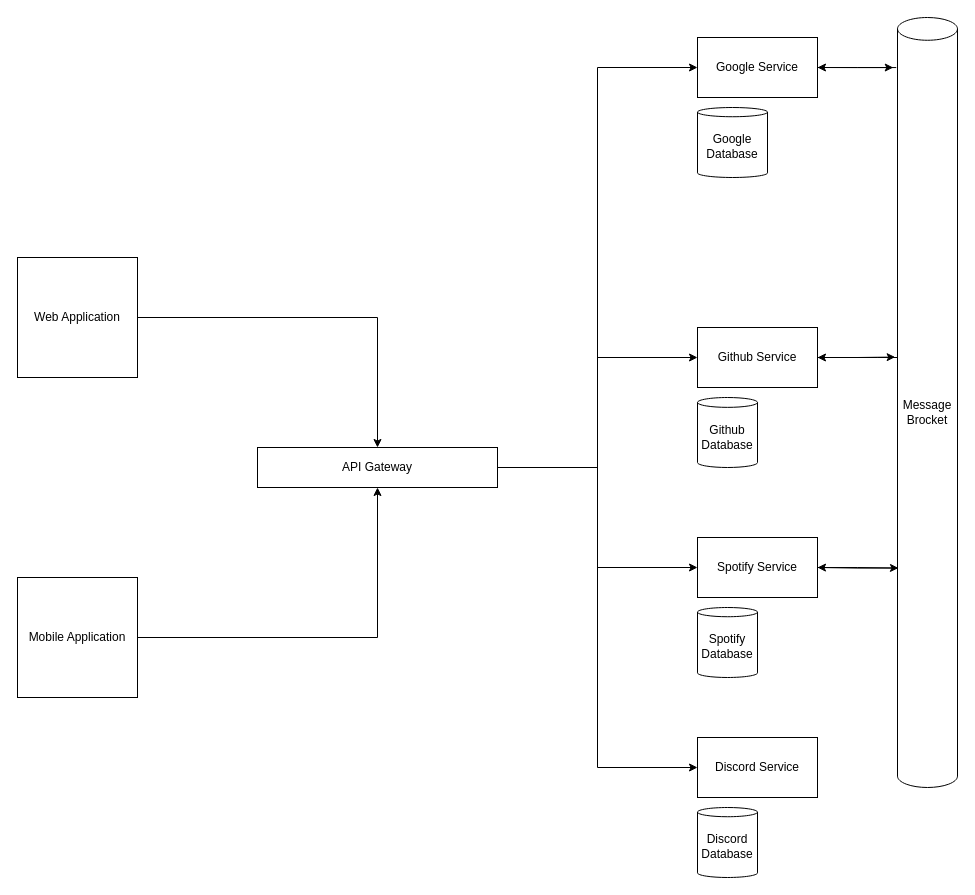
The draw.io diagram Area.drawio in edward-lalande/AREA, before the edit. Source tidied: cells renumbered, new cells numbered last; positions are measured from the earlier drawing's top-left corner, leaving out a move shared by most shapes. Both pictures are drawn from the tidied source at 100%, with x=0, y=0 at pixel (17, 17).
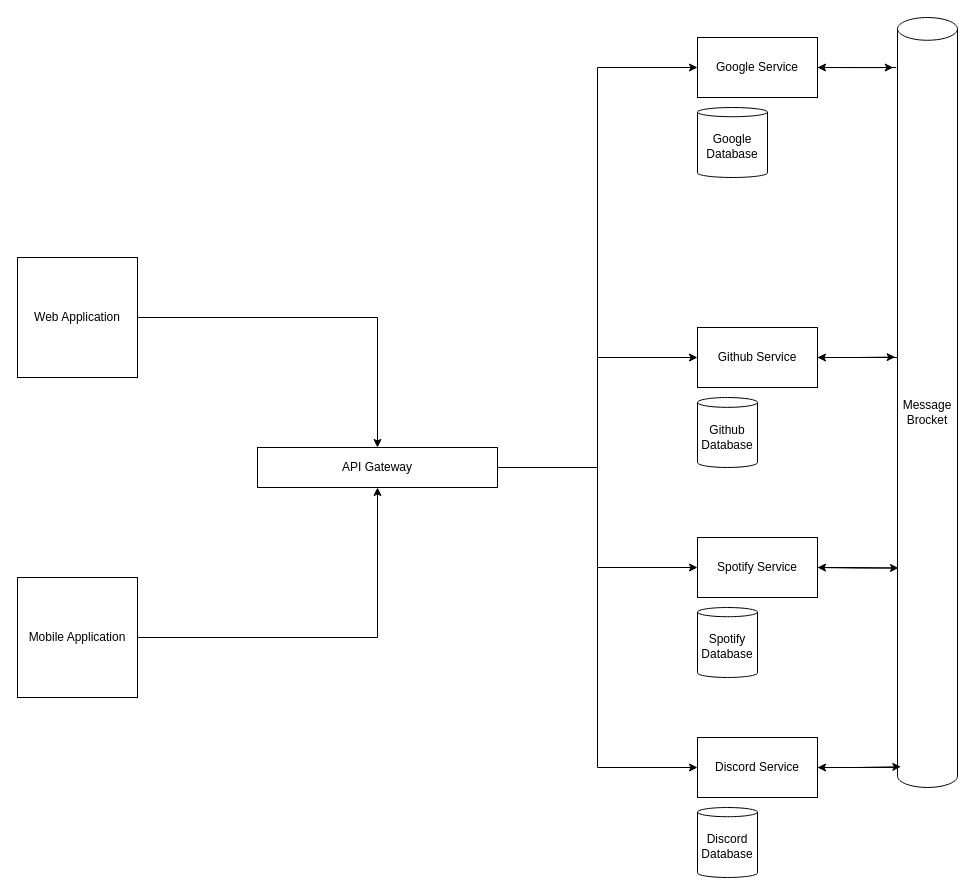
After the change.

Commit message:
feat(MessageBrocker): the message brocker is a kind of message queue for the services to allow communication between them in case of action with reaction of another service Area.drawio

The change refers to these unchanged cells:
```xml
<mxCell id="17" value="&lt;div&gt;Discord Service&lt;/div&gt;" style="rounded=0;whiteSpace=wrap;html=1;" parent="1" vertex="1">
  <mxGeometry x="680" y="720" width="120" height="60" as="geometry" />
</mxCell>
<mxCell id="22" value="Message Brocket" style="shape=cylinder3;whiteSpace=wrap;html=1;boundedLbl=1;backgroundOutline=1;size=11.387096774193594;" parent="1" vertex="1">
  <mxGeometry x="880" width="60" height="770" as="geometry" />
</mxCell>
```

Diff of the diagram source:
```diff
@@
+    <mxCell id="26" style="edgeStyle=orthogonalEdgeStyle;rounded=0;jettySize=auto;html=1;entryX=1;entryY=0.5;entryDx=0;entryDy=0;exitX=0;exitY=0.974;exitDx=0;exitDy=0;exitPerimeter=0;" parent="1" edge="1" source="22" target="17">
+      <mxGeometry relative="1" as="geometry" />
+    </mxCell>
@@
+    <mxCell id="27" style="edgeStyle=orthogonalEdgeStyle;rounded=0;jettySize=auto;html=1;entryX=0.056;entryY=0.973;entryDx=0;entryDy=0;entryPerimeter=0;" parent="1" edge="1" source="17" target="22">
+      <mxGeometry relative="1" as="geometry" />
+    </mxCell>
```
